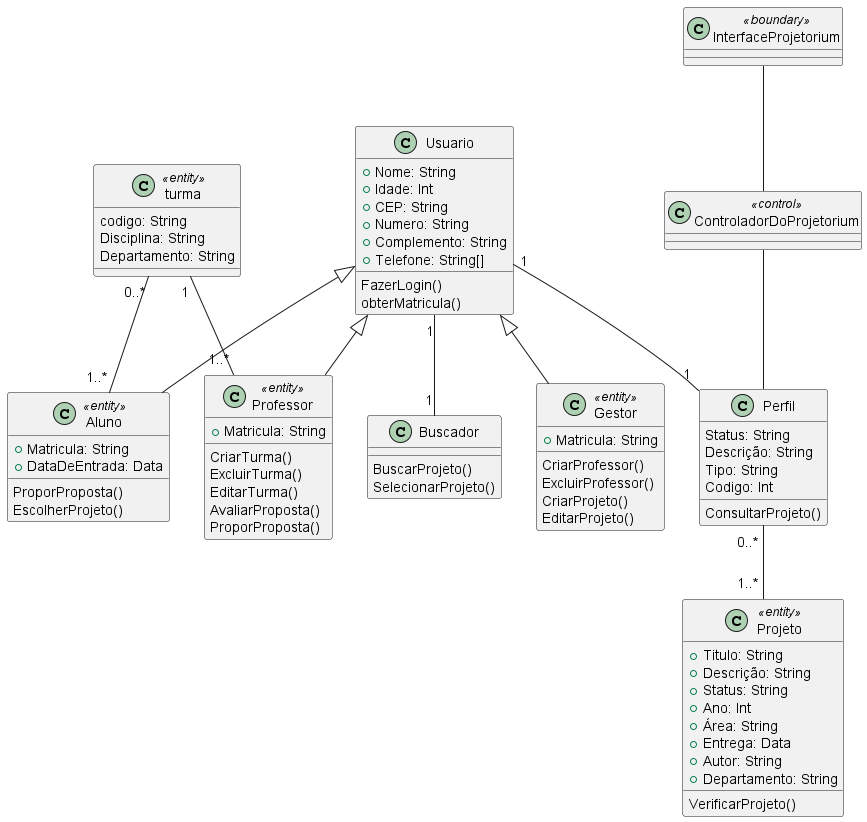
Pedro-V/projetorium keeps this PlantUML diagram as diagramas/classe_projeto.png. Above is the earlier version.
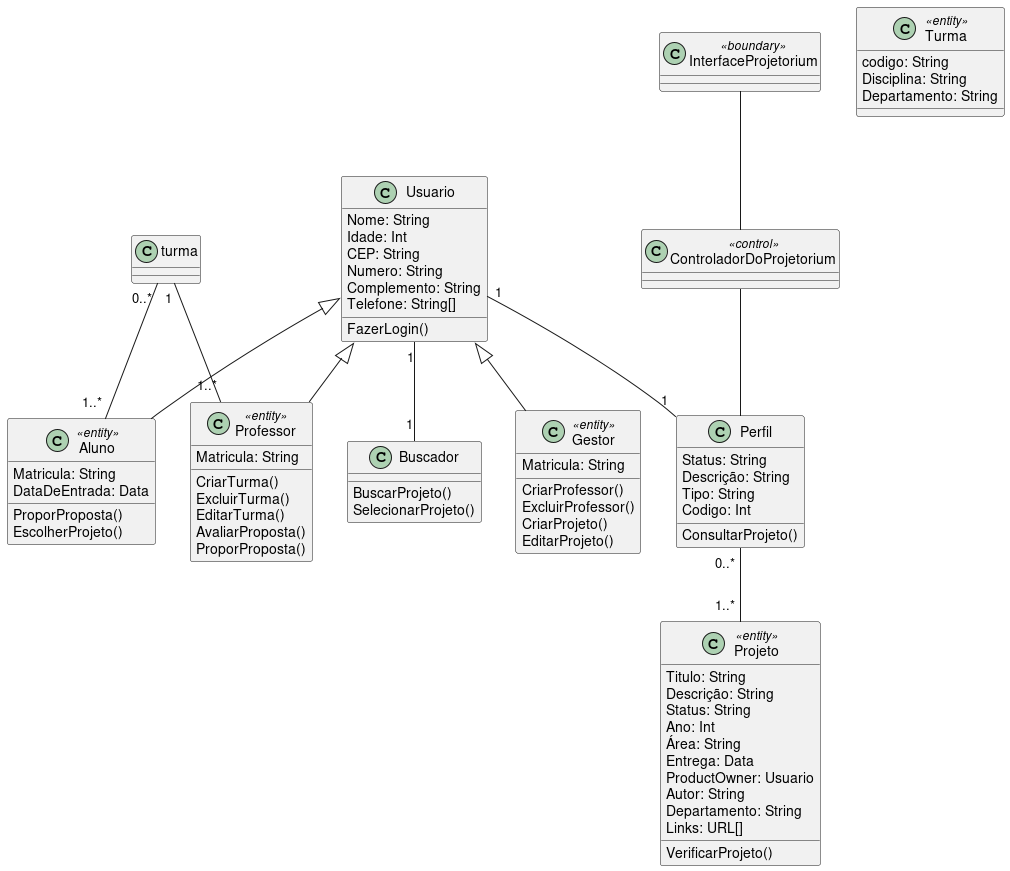
Above is the later version.

Commit message:
Inseridos diagramas de sequencia no documento

What changed in the source:
```diff
@@ -1,83 +1,15 @@
-@startuml ClasseDeProjeto
+@startuml
 
-    class Usuario{
-        +Nome: String
-        +Idade: Int
-        +CEP: String
-        +Numero: String
-        +Complemento: String
-        +Telefone: String[]
-        FazerLogin()
-        obterMatricula()
-    }
+!include classes_comum.iuml
 
-    class Professor <<entity>>{
-        +Matricula: String
-        CriarTurma()
-        ExcluirTurma()
-        EditarTurma()
-        AvaliarProposta()
-        ProporProposta()
-    }
+ class InterfaceProjetorium <<boundary>>
+ class ControladorDoProjetorium <<control>>
 
-    class Aluno <<entity>>{
-        +Matricula: String
-        +DataDeEntrada: Data
-        ProporProposta()
-        EscolherProjeto()
-    }
-
-    class Gestor <<entity>>{
-        +Matricula: String
-        CriarProfessor()
-        ExcluirProfessor()
-        CriarProjeto()
-        EditarProjeto()
-    }
-
-    class Projeto <<entity>>{
-        +Titulo: String
-        +Descrição: String
-        +Status: String
-        +Ano: Int
-        +Área: String
-        +Entrega: Data
-        +Autor: String
-        +Departamento: String
-        VerificarProjeto()
-    }
-
-    class Perfil{
-        Status: String
-        Descrição: String
-        Tipo: String
-        Codigo: Int
-        ConsultarProjeto()
-    }
-
-    class turma <<entity>>{
-        codigo: String
-        Disciplina: String
-        Departamento: String
-    }
-
-    class Buscador {
-    BuscarProjeto()
-    SelecionarProjeto()
-}
-
-    class InterfaceProjetorium <<boundary>>
-    class ControladorDoProjetorium <<control>>
-
-    Usuario <|-- Professor
-    Usuario <|-- Aluno
-    Usuario <|-- Gestor
-    Usuario "1" -- "1" Buscador
-    Usuario "1" -- "1" Perfil
-    Perfil "0..* " -- "1..* " Projeto
-    ControladorDoProjetorium -- Perfil
-    InterfaceProjetorium -- ControladorDoProjetorium
-    turma "0..*" -- "1..* " Aluno
-    turma "1 "-- "1..*" Professor
-
+ Usuario "1" -- "1" Buscador
+ Usuario "1" -- "1" Perfil
+ Perfil "0..* " -- "1..* " Projeto
+ ControladorDoProjetorium -- Perfil
+ InterfaceProjetorium -- ControladorDoProjetorium
+ turma "0..*" -- "1..* " Aluno
+ turma "1 "-- "1..*" Professor
 @enduml
```
